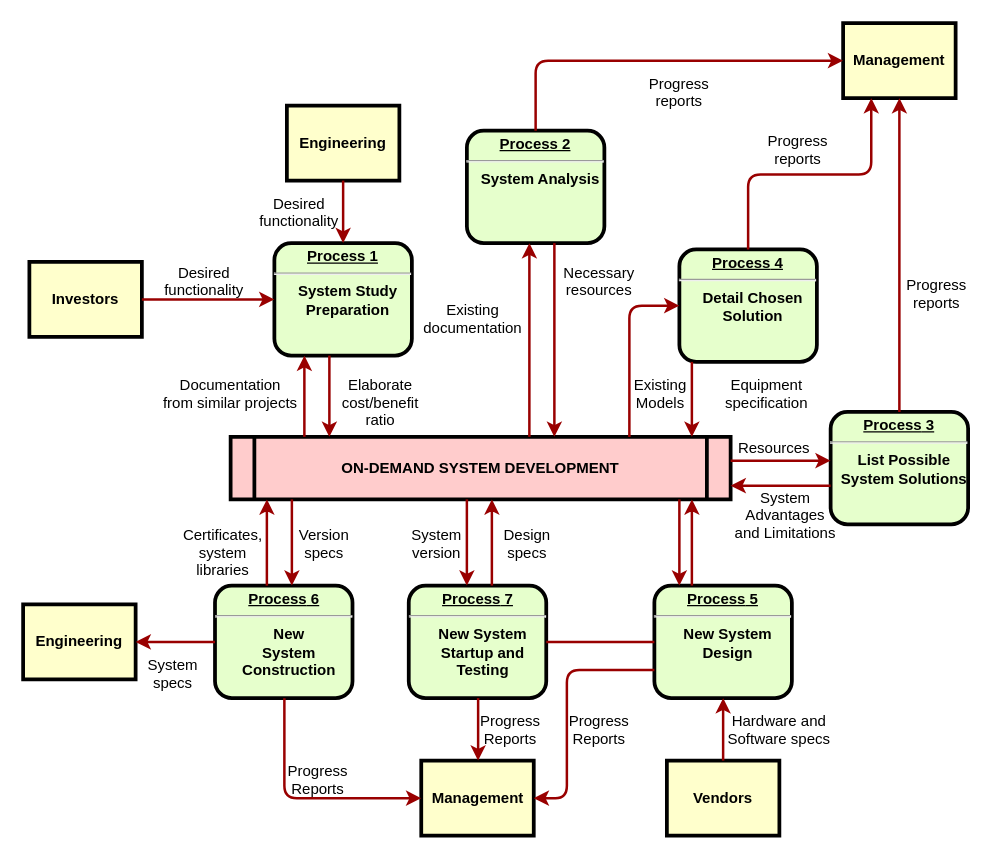
This is DFD_nivel_0_venta_catálogo.drawio from edukatech/colaboracion, a draw.io file, before an edit. Source tidied: cells renumbered, new cells numbered last; positions are measured from the earlier drawing's top-left corner, leaving out a move shared by most shapes. Both pictures are drawn from the tidied source at 125%, with x=0, y=0 at pixel (22, 22).
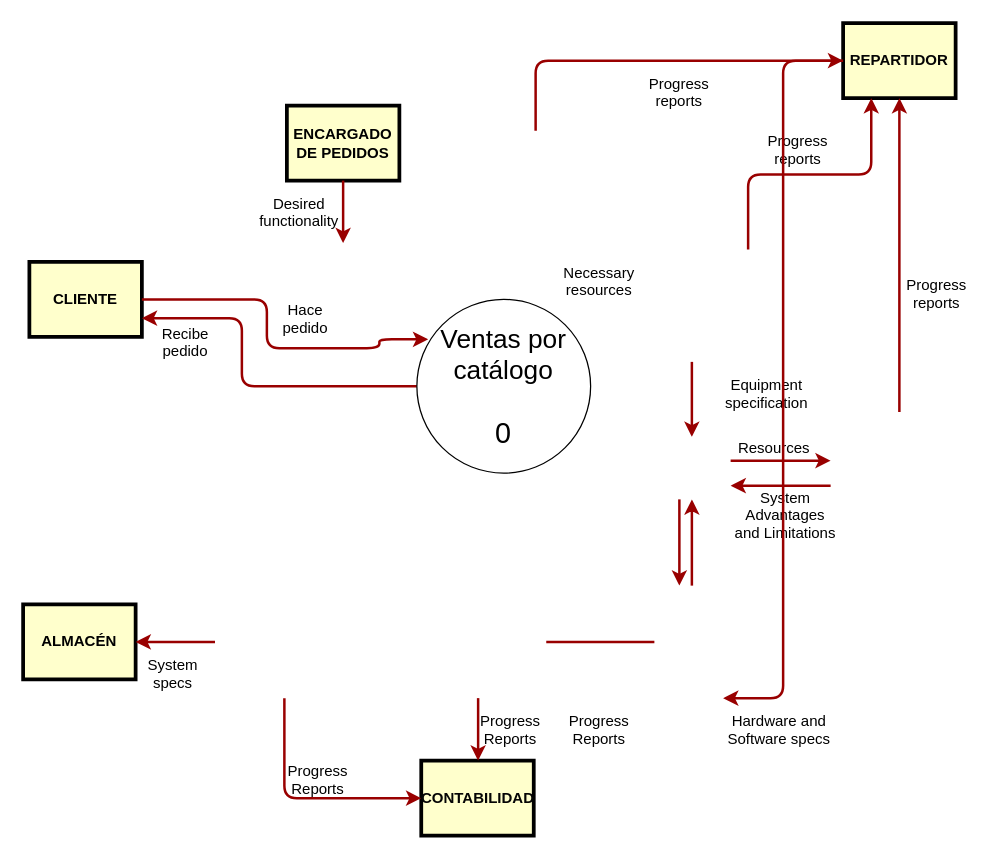
After the change.

What changed in the source:
```diff
@@
-    <mxCell id="2" value="&lt;p style=&quot;margin: 0px; margin-top: 4px; text-align: center; text-decoration: underline;&quot;&gt;&lt;strong&gt;Process 1&lt;br /&gt;&lt;/strong&gt;&lt;/p&gt;&lt;hr /&gt;&lt;p style=&quot;margin: 0px; margin-left: 8px;&quot;&gt;System Study&lt;/p&gt;&lt;p style=&quot;margin: 0px; margin-left: 8px;&quot;&gt;Preparation&lt;/p&gt;" style="verticalAlign=middle;align=center;overflow=fill;fontSize=12;fontFamily=Helvetica;html=1;rounded=1;fontStyle=1;strokeWidth=3;fillColor=#E6FFCC;" parent="1" vertex="1">
-      <mxGeometry x="201" y="176" width="110" height="90" as="geometry" />
-    </mxCell>
-    <mxCell id="3" value="Engineering" style="whiteSpace=wrap;align=center;verticalAlign=middle;fontStyle=1;strokeWidth=3;fillColor=#FFFFCC;" parent="1" vertex="1">
+    <mxCell id="3" value="ENCARGADO DE PEDIDOS" style="whiteSpace=wrap;align=center;verticalAlign=middle;fontStyle=1;strokeWidth=3;fillColor=#FFFFCC;fontColor=#000000;" parent="1" vertex="1">
       <mxGeometry x="211" y="66" width="90" height="60" as="geometry" />
     </mxCell>
-    <mxCell id="4" value="Investors" style="whiteSpace=wrap;align=center;verticalAlign=middle;fontStyle=1;strokeWidth=3;fillColor=#FFFFCC;" parent="1" vertex="1">
+    <mxCell id="4" value="CLIENTE" style="whiteSpace=wrap;align=center;verticalAlign=middle;fontStyle=1;strokeWidth=3;fillColor=#FFFFCC;fontColor=#000000;" parent="1" vertex="1">
       <mxGeometry x="5" y="191" width="90" height="60" as="geometry" />
     </mxCell>
-    <mxCell id="5" value="ON-DEMAND SYSTEM DEVELOPMENT" style="shape=process;whiteSpace=wrap;align=center;verticalAlign=middle;size=0.0475;fontStyle=1;strokeWidth=3;fillColor=#FFCCCC;" parent="1" vertex="1">
-      <mxGeometry x="166" y="331" width="400" height="50" as="geometry" />
-    </mxCell>
-    <mxCell id="6" value="&lt;p style=&quot;margin: 0px; margin-top: 4px; text-align: center; text-decoration: underline;&quot;&gt;&lt;strong&gt;Process 2&lt;br /&gt;&lt;/strong&gt;&lt;/p&gt;&lt;hr /&gt;&lt;p style=&quot;margin: 0px; margin-left: 8px;&quot;&gt;System Analysis&lt;/p&gt;" style="verticalAlign=middle;align=center;overflow=fill;fontSize=12;fontFamily=Helvetica;html=1;rounded=1;fontStyle=1;strokeWidth=3;fillColor=#E6FFCC;" parent="1" vertex="1">
-      <mxGeometry x="355" y="86" width="110" height="90" as="geometry" />
-    </mxCell>
-    <mxCell id="7" value="&lt;p style=&quot;margin: 0px; margin-top: 4px; text-align: center; text-decoration: underline;&quot;&gt;&lt;strong&gt;&lt;strong&gt;Process&lt;/strong&gt; 3&lt;br /&gt;&lt;/strong&gt;&lt;/p&gt;&lt;hr /&gt;&lt;p style=&quot;margin: 0px; margin-left: 8px;&quot;&gt;List Possible&lt;/p&gt;&lt;p style=&quot;margin: 0px; margin-left: 8px;&quot;&gt;System Solutions&lt;/p&gt;" style="verticalAlign=middle;align=center;overflow=fill;fontSize=12;fontFamily=Helvetica;html=1;rounded=1;fontStyle=1;strokeWidth=3;fillColor=#E6FFCC;" parent="1" vertex="1">
-      <mxGeometry x="646" y="311" width="110" height="90" as="geometry" />
-    </mxCell>
-    <mxCell id="8" value="&lt;p style=&quot;margin: 0px; margin-top: 4px; text-align: center; text-decoration: underline;&quot;&gt;&lt;strong&gt;&lt;strong&gt;Process&lt;/strong&gt; 4&lt;br /&gt;&lt;/strong&gt;&lt;/p&gt;&lt;hr /&gt;&lt;p style=&quot;margin: 0px; margin-left: 8px;&quot;&gt;Detail Chosen&lt;/p&gt;&lt;p style=&quot;margin: 0px; margin-left: 8px;&quot;&gt;Solution&lt;/p&gt;" style="verticalAlign=middle;align=center;overflow=fill;fontSize=12;fontFamily=Helvetica;html=1;rounded=1;fontStyle=1;strokeWidth=3;fillColor=#E6FFCC;" parent="1" vertex="1">
-      <mxGeometry x="525" y="181" width="110" height="90" as="geometry" />
-    </mxCell>
-    <mxCell id="9" value="&lt;p style=&quot;margin: 0px; margin-top: 4px; text-align: center; text-decoration: underline;&quot;&gt;&lt;strong&gt;&lt;strong&gt;Process&lt;/strong&gt; 5&lt;br /&gt;&lt;/strong&gt;&lt;/p&gt;&lt;hr /&gt;&lt;p style=&quot;margin: 0px; margin-left: 8px;&quot;&gt;New System&lt;/p&gt;&lt;p style=&quot;margin: 0px; margin-left: 8px;&quot;&gt;Design&lt;/p&gt;" style="verticalAlign=middle;align=center;overflow=fill;fontSize=12;fontFamily=Helvetica;html=1;rounded=1;fontStyle=1;strokeWidth=3;fillColor=#E6FFCC;" parent="1" vertex="1">
-      <mxGeometry x="505" y="450" width="110" height="90" as="geometry" />
-    </mxCell>
-    <mxCell id="10" value="&lt;p style=&quot;margin: 0px; margin-top: 4px; text-align: center; text-decoration: underline;&quot;&gt;&lt;strong&gt;&lt;strong&gt;Process&lt;/strong&gt; 6&lt;br /&gt;&lt;/strong&gt;&lt;/p&gt;&lt;hr /&gt;&lt;p style=&quot;margin: 0px; margin-left: 8px;&quot;&gt;New&lt;/p&gt;&lt;p style=&quot;margin: 0px; margin-left: 8px;&quot;&gt;System&lt;/p&gt;&lt;p style=&quot;margin: 0px; margin-left: 8px;&quot;&gt;Construction&lt;/p&gt;" style="verticalAlign=middle;align=center;overflow=fill;fontSize=12;fontFamily=Helvetica;html=1;rounded=1;fontStyle=1;strokeWidth=3;fillColor=#E6FFCC;" parent="1" vertex="1">
-      <mxGeometry x="153.5" y="450" width="110" height="90" as="geometry" />
-    </mxCell>
-    <mxCell id="11" value="Management" style="whiteSpace=wrap;align=center;verticalAlign=middle;fontStyle=1;strokeWidth=3;fillColor=#FFFFCC;" parent="1" vertex="1">
-      <mxGeometry x="656" width="90" height="60" as="geometry" />
-    </mxCell>
-    <mxCell id="12" value="Management" style="whiteSpace=wrap;align=center;verticalAlign=middle;fontStyle=1;strokeWidth=3;fillColor=#FFFFCC;" parent="1" vertex="1">
+    <mxCell id="12" value="CONTABILIDAD" style="whiteSpace=wrap;align=center;verticalAlign=middle;fontStyle=1;strokeWidth=3;fillColor=#FFFFCC;fontColor=#050505;" parent="1" vertex="1">
       <mxGeometry x="318.5" y="590" width="90" height="60" as="geometry" />
     </mxCell>
-    <mxCell id="13" value="Engineering" style="whiteSpace=wrap;align=center;verticalAlign=middle;fontStyle=1;strokeWidth=3;fillColor=#FFFFCC;" parent="1" vertex="1">
+    <mxCell id="13" value="ALMACÉN" style="whiteSpace=wrap;align=center;verticalAlign=middle;fontStyle=1;strokeWidth=3;fillColor=#FFFFCC;fontColor=#000000;" parent="1" vertex="1">
       <mxGeometry y="465" width="90" height="60" as="geometry" />
     </mxCell>
-    <mxCell id="14" value="Vendors" style="whiteSpace=wrap;align=center;verticalAlign=middle;fontStyle=1;strokeWidth=3;fillColor=#FFFFCC;" parent="1" vertex="1">
-      <mxGeometry x="515" y="590" width="90" height="60" as="geometry" />
+    <mxCell id="14" value="REPARTIDOR" style="whiteSpace=wrap;align=center;verticalAlign=middle;fontStyle=1;strokeWidth=3;fillColor=#FFFFCC;fontColor=#050505;" parent="1" vertex="1">
+      <mxGeometry x="656" width="90" height="60" as="geometry" />
     </mxCell>
-    <mxCell id="15" style="edgeStyle=none;noEdgeStyle=1;strokeColor=#990000;strokeWidth=2;" parent="1" edge="1" source="3" target="2">
-      <mxGeometry relative="1" as="geometry" />
+    <mxCell id="15" style="edgeStyle=none;noEdgeStyle=1;strokeColor=#990000;strokeWidth=2;" parent="1" edge="1" source="3">
+      <mxGeometry relative="1" as="geometry">
+        <mxPoint x="256" y="176" as="targetPoint" />
+      </mxGeometry>
     </mxCell>
-    <mxCell id="16" style="edgeStyle=none;noEdgeStyle=1;strokeColor=#990000;strokeWidth=2;" parent="1" edge="1" source="4" target="2">
-      <mxGeometry relative="1" as="geometry" />
-    </mxCell>
-    <mxCell id="17" value="&lt;p style=&quot;margin: 0px; margin-top: 4px; text-align: center; text-decoration: underline;&quot;&gt;&lt;strong&gt;&lt;strong&gt;Process&lt;/strong&gt; 7&lt;br /&gt;&lt;/strong&gt;&lt;/p&gt;&lt;hr /&gt;&lt;p style=&quot;margin: 0px; margin-left: 8px;&quot;&gt;New System&lt;/p&gt;&lt;p style=&quot;margin: 0px; margin-left: 8px;&quot;&gt;Startup and&lt;/p&gt;&lt;p style=&quot;margin: 0px; margin-left: 8px;&quot;&gt;Testing&lt;/p&gt;" style="verticalAlign=middle;align=center;overflow=fill;fontSize=12;fontFamily=Helvetica;html=1;rounded=1;fontStyle=1;strokeWidth=3;fillColor=#E6FFCC;" parent="1" vertex="1">
-      <mxGeometry x="308.5" y="450" width="110" height="90" as="geometry" />
-    </mxCell>
-    <mxCell id="18" style="endArrow=none;noEdgeStyle=1;strokeColor=#990000;strokeWidth=2;" parent="1" edge="1" source="9" target="17">
-      <mxGeometry relative="1" as="geometry" />
+    <mxCell id="18" style="endArrow=none;noEdgeStyle=1;strokeColor=#990000;strokeWidth=2;" parent="1" edge="1">
+      <mxGeometry relative="1" as="geometry">
+        <mxPoint x="505" y="495" as="sourcePoint" />
+        <mxPoint x="418.5" y="495" as="targetPoint" />
+      </mxGeometry>
     </mxCell>
-    <mxCell id="19" value="Desired &#10;functionality" style="text;spacingTop=-5;align=center;" parent="1" vertex="1">
-      <mxGeometry x="130" y="191" width="30" height="20" as="geometry" />
+    <mxCell id="19" value="Hace&#10;pedido" style="text;spacingTop=-5;align=center;" parent="1" vertex="1">
+      <mxGeometry x="211" y="221" width="30" height="20" as="geometry" />
     </mxCell>
@@
-    <mxCell id="21" value="Documentation&#10;from similar projects" style="text;spacingTop=-5;align=center;" parent="1" vertex="1">
-      <mxGeometry x="151" y="281" width="30" height="20" as="geometry" />
-    </mxCell>
-    <mxCell id="22" style="edgeStyle=elbowEdgeStyle;elbow=horizontal;strokeColor=#990000;strokeWidth=2;" parent="1" edge="1" source="5" target="2">
-      <mxGeometry relative="1" as="geometry">
-        <Array as="points">
-          <mxPoint x="225" y="310" />
-        </Array>
-      </mxGeometry>
-    </mxCell>
-    <mxCell id="23" style="edgeStyle=elbowEdgeStyle;elbow=horizontal;strokeColor=#990000;strokeWidth=2;" parent="1" edge="1" source="2" target="5">
-      <mxGeometry relative="1" as="geometry">
-        <Array as="points">
-          <mxPoint x="245" y="300" />
-        </Array>
-      </mxGeometry>
-    </mxCell>
-    <mxCell id="24" value="Elaborate&#10;cost/benefit&#10;ratio" style="text;spacingTop=-5;align=center;" parent="1" vertex="1">
-      <mxGeometry x="271" y="281" width="30" height="20" as="geometry" />
-    </mxCell>
-    <mxCell id="25" style="edgeStyle=elbowEdgeStyle;elbow=horizontal;strokeColor=#990000;strokeWidth=2;" parent="1" edge="1" source="5" target="6">
-      <mxGeometry relative="1" as="geometry">
-        <Array as="points">
-          <mxPoint x="405" y="250" />
-        </Array>
-      </mxGeometry>
-    </mxCell>
-    <mxCell id="26" style="edgeStyle=elbowEdgeStyle;elbow=horizontal;strokeColor=#990000;strokeWidth=2;" parent="1" edge="1" source="6" target="5">
-      <mxGeometry relative="1" as="geometry">
-        <Array as="points">
-          <mxPoint x="425" y="260" />
-        </Array>
-      </mxGeometry>
-    </mxCell>
-    <mxCell id="27" value="Existing&#10;documentation" style="text;spacingTop=-5;align=center;" parent="1" vertex="1">
-      <mxGeometry x="345" y="221" width="30" height="20" as="geometry" />
-    </mxCell>
@@
-    <mxCell id="32" style="edgeStyle=elbowEdgeStyle;elbow=horizontal;strokeColor=#990000;strokeWidth=2;" parent="1" edge="1" source="6" target="11">
+    <mxCell id="32" style="edgeStyle=elbowEdgeStyle;elbow=horizontal;strokeColor=#990000;strokeWidth=2;" parent="1" edge="1">
       <mxGeometry relative="1" as="geometry">
+        <mxPoint x="410" y="86" as="sourcePoint" />
+        <mxPoint x="656" y="30" as="targetPoint" />
         <Array as="points">
           <mxPoint x="410" y="80" />
         </Array>
       </mxGeometry>
     </mxCell>
-    <mxCell id="33" style="edgeStyle=elbowEdgeStyle;elbow=vertical;entryX=0.25;entryY=1;strokeColor=#990000;strokeWidth=2;" parent="1" edge="1" source="8" target="11">
-      <mxGeometry relative="1" as="geometry" />
+    <mxCell id="33" style="edgeStyle=elbowEdgeStyle;elbow=vertical;entryX=0.25;entryY=1;strokeColor=#990000;strokeWidth=2;" parent="1" edge="1">
+      <mxGeometry relative="1" as="geometry">
+        <mxPoint x="580" y="181" as="sourcePoint" />
+        <mxPoint x="678.5" y="60" as="targetPoint" />
+      </mxGeometry>
     </mxCell>
-    <mxCell id="34" style="edgeStyle=elbowEdgeStyle;elbow=horizontal;strokeColor=#990000;strokeWidth=2;" parent="1" edge="1" source="7" target="11">
-      <mxGeometry relative="1" as="geometry" />
+    <mxCell id="34" style="edgeStyle=elbowEdgeStyle;elbow=horizontal;strokeColor=#990000;strokeWidth=2;" parent="1" edge="1">
+      <mxGeometry relative="1" as="geometry">
+        <mxPoint x="701" y="311" as="sourcePoint" />
+        <mxPoint x="701" y="60" as="targetPoint" />
+      </mxGeometry>
     </mxCell>
-    <mxCell id="35" style="edgeStyle=elbowEdgeStyle;elbow=horizontal;strokeColor=#990000;strokeWidth=2;" parent="1" edge="1" source="8" target="5">
+    <mxCell id="35" style="edgeStyle=elbowEdgeStyle;elbow=horizontal;strokeColor=#990000;strokeWidth=2;" parent="1" edge="1">
       <mxGeometry relative="1" as="geometry">
+        <mxPoint x="535" y="271" as="sourcePoint" />
+        <mxPoint x="535" y="331" as="targetPoint" />
         <Array as="points">
           <mxPoint x="535" y="300" />
         </Array>
       </mxGeometry>
     </mxCell>
-    <mxCell id="36" style="edgeStyle=segmentEdgeStyle;strokeColor=#990000;strokeWidth=2;" parent="1" edge="1" source="5" target="8">
+    <mxCell id="36" style="edgeStyle=segmentEdgeStyle;strokeColor=#990000;strokeWidth=2;exitX=1;exitY=0.5;exitDx=0;exitDy=0;entryX=0.065;entryY=0.23;entryDx=0;entryDy=0;entryPerimeter=0;" parent="1" edge="1" source="4" target="63">
       <mxGeometry relative="1" as="geometry">
         <Array as="points">
-          <mxPoint x="485" y="226" />
+          <mxPoint x="195" y="221" />
+          <mxPoint x="195" y="260" />
+          <mxPoint x="285" y="260" />
+          <mxPoint x="285" y="253" />
         </Array>
       </mxGeometry>
     </mxCell>
-    <mxCell id="37" value="Existing&#10;Models" style="text;spacingTop=-5;align=center;" parent="1" vertex="1">
-      <mxGeometry x="495" y="281" width="30" height="20" as="geometry" />
+    <mxCell id="37" value="Recibe&#10;pedido" style="text;spacingTop=-5;align=center;" parent="1" vertex="1">
+      <mxGeometry x="115" y="240" width="30" height="20" as="geometry" />
     </mxCell>
@@
-    <mxCell id="39" style="edgeStyle=elbowEdgeStyle;elbow=vertical;strokeColor=#990000;strokeWidth=2;" parent="1" edge="1" source="5" target="7">
+    <mxCell id="39" style="edgeStyle=elbowEdgeStyle;elbow=vertical;strokeColor=#990000;strokeWidth=2;" parent="1" edge="1">
       <mxGeometry relative="1" as="geometry">
+        <mxPoint x="566" y="350" as="sourcePoint" />
+        <mxPoint x="646" y="350" as="targetPoint" />
         <Array as="points">
           <mxPoint x="615" y="350" />
         </Array>
       </mxGeometry>
     </mxCell>
-    <mxCell id="40" style="edgeStyle=elbowEdgeStyle;elbow=vertical;strokeColor=#990000;strokeWidth=2;" parent="1" edge="1" source="7" target="5">
+    <mxCell id="40" style="edgeStyle=elbowEdgeStyle;elbow=vertical;strokeColor=#990000;strokeWidth=2;" parent="1" edge="1">
       <mxGeometry relative="1" as="geometry">
+        <mxPoint x="646" y="370" as="sourcePoint" />
+        <mxPoint x="566" y="370" as="targetPoint" />
         <Array as="points">
           <mxPoint x="615" y="370" />
         </Array>
       </mxGeometry>
     </mxCell>
@@
-    <mxCell id="43" style="edgeStyle=elbowEdgeStyle;elbow=horizontal;strokeColor=#990000;strokeWidth=2;" parent="1" edge="1" source="9" target="5">
+    <mxCell id="43" style="edgeStyle=elbowEdgeStyle;elbow=horizontal;strokeColor=#990000;strokeWidth=2;" parent="1" edge="1">
       <mxGeometry relative="1" as="geometry">
+        <mxPoint x="535" y="450" as="sourcePoint" />
+        <mxPoint x="535" y="381" as="targetPoint" />
         <Array as="points">
           <mxPoint x="535" y="410" />
         </Array>
       </mxGeometry>
     </mxCell>
-    <mxCell id="44" style="edgeStyle=elbowEdgeStyle;elbow=horizontal;strokeColor=#990000;strokeWidth=2;" parent="1" edge="1" source="5" target="9">
+    <mxCell id="44" style="edgeStyle=elbowEdgeStyle;elbow=horizontal;strokeColor=#990000;strokeWidth=2;" parent="1" edge="1">
       <mxGeometry relative="1" as="geometry">
+        <mxPoint x="525" y="381" as="sourcePoint" />
+        <mxPoint x="525" y="450" as="targetPoint" />
         <Array as="points">
           <mxPoint x="525" y="420" />
         </Array>
       </mxGeometry>
     </mxCell>
-    <mxCell id="45" style="edgeStyle=elbowEdgeStyle;elbow=horizontal;strokeColor=#990000;strokeWidth=2;" parent="1" edge="1" source="14" target="9">
-      <mxGeometry relative="1" as="geometry" />
+    <mxCell id="45" style="edgeStyle=elbowEdgeStyle;elbow=horizontal;strokeColor=#990000;strokeWidth=2;" parent="1" edge="1" source="14">
+      <mxGeometry relative="1" as="geometry">
+        <mxPoint x="560" y="540" as="targetPoint" />
+      </mxGeometry>
     </mxCell>
@@
-    <mxCell id="47" style="edgeStyle=elbowEdgeStyle;elbow=horizontal;exitX=0;exitY=0.75;strokeColor=#990000;strokeWidth=2;" parent="1" edge="1" source="9" target="12">
+    <mxCell id="47" style="edgeStyle=elbowEdgeStyle;elbow=horizontal;exitX=0;exitY=0.5;strokeColor=#990000;strokeWidth=2;entryX=1;entryY=0.75;entryDx=0;entryDy=0;exitDx=0;exitDy=0;" parent="1" edge="1" source="63" target="4">
       <mxGeometry relative="1" as="geometry">
         <Array as="points">
-          <mxPoint x="435" y="570" />
+          <mxPoint x="175" y="260" />
         </Array>
       </mxGeometry>
     </mxCell>
@@
-    <mxCell id="49" style="edgeStyle=elbowEdgeStyle;elbow=horizontal;strokeColor=#990000;strokeWidth=2;" parent="1" edge="1" source="17" target="12">
-      <mxGeometry relative="1" as="geometry" />
+    <mxCell id="49" style="edgeStyle=elbowEdgeStyle;elbow=horizontal;strokeColor=#990000;strokeWidth=2;" parent="1" edge="1" target="12">
+      <mxGeometry relative="1" as="geometry">
+        <mxPoint x="364" y="540" as="sourcePoint" />
+      </mxGeometry>
     </mxCell>
@@
-    <mxCell id="51" style="edgeStyle=elbowEdgeStyle;elbow=horizontal;strokeColor=#990000;strokeWidth=2;" parent="1" edge="1" source="10" target="12">
+    <mxCell id="51" style="edgeStyle=elbowEdgeStyle;elbow=horizontal;strokeColor=#990000;strokeWidth=2;" parent="1" edge="1" target="12">
       <mxGeometry relative="1" as="geometry">
+        <mxPoint x="209" y="540" as="sourcePoint" />
         <Array as="points">
           <mxPoint x="209" y="570" />
         </Array>
       </mxGeometry>
     </mxCell>
@@
-    <mxCell id="53" style="edgeStyle=elbowEdgeStyle;elbow=vertical;strokeColor=#990000;strokeWidth=2;" parent="1" edge="1" source="10" target="13">
-      <mxGeometry relative="1" as="geometry" />
+    <mxCell id="53" style="edgeStyle=elbowEdgeStyle;elbow=vertical;strokeColor=#990000;strokeWidth=2;" parent="1" edge="1" target="13">
+      <mxGeometry relative="1" as="geometry">
+        <mxPoint x="153.5" y="495" as="sourcePoint" />
+      </mxGeometry>
     </mxCell>
-    <mxCell id="54" style="edgeStyle=elbowEdgeStyle;elbow=horizontal;strokeColor=#990000;strokeWidth=2;" parent="1" edge="1" source="5" target="17">
-      <mxGeometry relative="1" as="geometry">
-        <Array as="points">
-          <mxPoint x="355" y="410" />
-        </Array>
-      </mxGeometry>
-    </mxCell>
-    <mxCell id="55" style="edgeStyle=elbowEdgeStyle;elbow=horizontal;strokeColor=#990000;strokeWidth=2;" parent="1" edge="1" source="17" target="5">
-      <mxGeometry relative="1" as="geometry">
-        <Array as="points">
-          <mxPoint x="375" y="410" />
-        </Array>
-      </mxGeometry>
-    </mxCell>
-    <mxCell id="56" value="Version&#10;specs" style="text;spacingTop=-5;align=center;" parent="1" vertex="1">
-      <mxGeometry x="226" y="401" width="30" height="20" as="geometry" />
-    </mxCell>
-    <mxCell id="57" value="Certificates,&#10;system&#10;libraries" style="text;spacingTop=-5;align=center;" parent="1" vertex="1">
-      <mxGeometry x="145" y="401" width="30" height="20" as="geometry" />
-    </mxCell>
-    <mxCell id="58" style="edgeStyle=elbowEdgeStyle;elbow=horizontal;strokeColor=#990000;strokeWidth=2;" parent="1" edge="1" source="5" target="10">
-      <mxGeometry relative="1" as="geometry">
-        <Array as="points">
-          <mxPoint x="215" y="410" />
-        </Array>
-      </mxGeometry>
-    </mxCell>
-    <mxCell id="59" style="edgeStyle=elbowEdgeStyle;elbow=horizontal;strokeColor=#990000;strokeWidth=2;" parent="1" edge="1" source="10" target="5">
-      <mxGeometry relative="1" as="geometry">
-        <Array as="points">
-          <mxPoint x="195" y="410" />
-        </Array>
-      </mxGeometry>
-    </mxCell>
@@
-    <mxCell id="61" value="Design&#10;specs" style="text;spacingTop=-5;align=center;" parent="1" vertex="1">
-      <mxGeometry x="388.5" y="401" width="30" height="20" as="geometry" />
-    </mxCell>
-    <mxCell id="62" value="System&#10;version" style="text;spacingTop=-5;align=center;" parent="1" vertex="1">
-      <mxGeometry x="316" y="401" width="30" height="20" as="geometry" />
-    </mxCell>
+    <mxCell id="63" value="&lt;font style=&quot;font-size: 21px;&quot;&gt;Ventas por catálogo&lt;br&gt;&lt;br&gt;&lt;/font&gt;&lt;font style=&quot;font-size: 23px;&quot;&gt;0&lt;/font&gt;" style="ellipse;whiteSpace=wrap;html=1;" parent="1" vertex="1">
+      <mxGeometry x="315" y="221" width="139" height="139" as="geometry" />
+    </mxCell>
```
